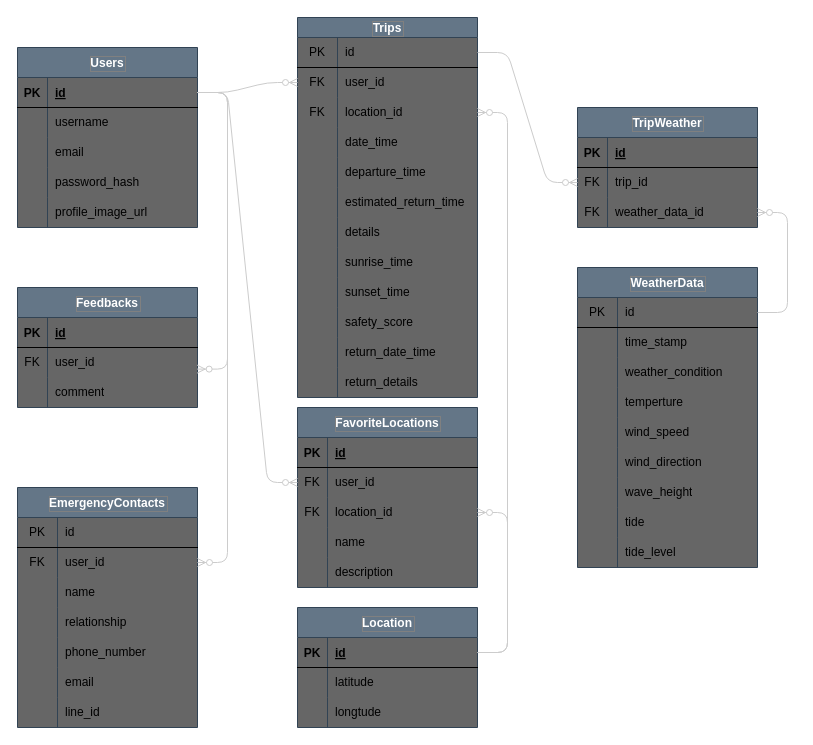
Above: 開発設計書/DB/ER.drawio in ragna1123/safety_kayak_fishing_documents (draw.io), before the change. Source tidied: cells renumbered, new cells numbered last; positions are measured from the earlier drawing's top-left corner, leaving out a move shared by most shapes. Both pictures are drawn from the tidied source at 100%, with x=0, y=0 at pixel (17, 17).
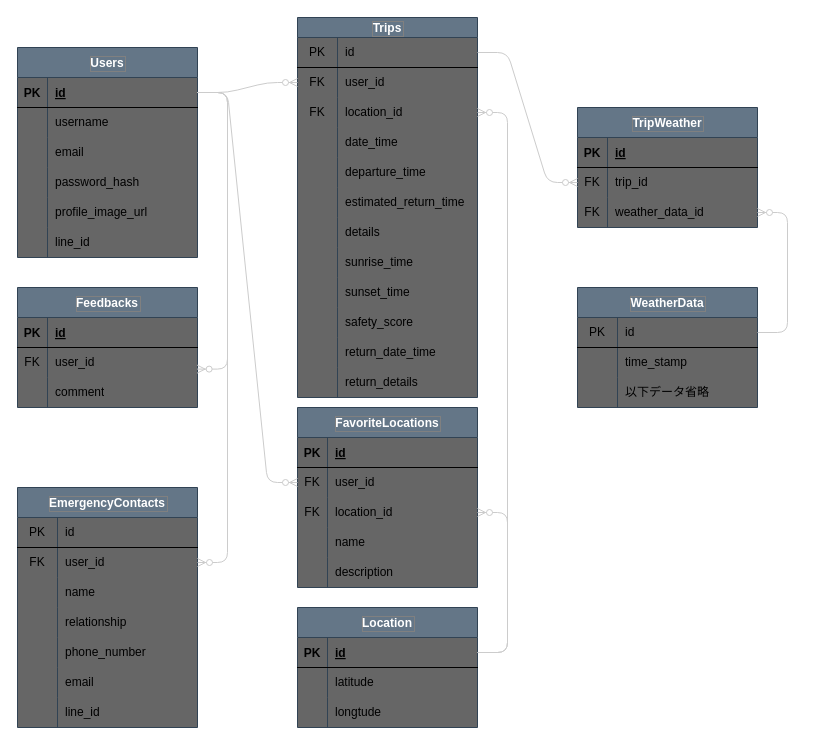
Above is the later version.

The change refers to these unchanged cells:
```xml
<mxCell id="108" style="shape=tableRow;horizontal=0;startSize=0;swimlaneHead=0;swimlaneBody=0;top=0;left=0;bottom=0;right=0;fillColor=none;" parent="101" vertex="1">
  <mxGeometry y="90" width="180" height="30" as="geometry" />
</mxCell>
```

The edit, as a diff of the source:
```diff
@@
     <mxCell id="61" value="Users" style="shape=table;startSize=30;childLayout=tableLayout;rowLines=0;fontStyle=1;align=center;labelBackgroundColor=none;fillColor=#647687;strokeColor=#314354;fontColor=#FFFFFF;swimlaneFillColor=#666666;labelBorderColor=#808080;" parent="1" vertex="1">
-      <mxGeometry y="30" width="180" height="180" as="geometry" />
+      <mxGeometry y="30" width="180" height="210" as="geometry" />
     </mxCell>
@@
+    <mxCell id="117" style="shape=tableRow;horizontal=0;startSize=0;swimlaneHead=0;swimlaneBody=0;top=0;left=0;bottom=0;right=0;fillColor=none;" parent="61" vertex="1">
+      <mxGeometry y="180" width="180" height="30" as="geometry" />
+    </mxCell>
+    <mxCell id="159" style="shape=partialRectangle;html=1;whiteSpace=wrap;fillColor=none;top=0;left=0;bottom=0;right=0;overflow=hidden;" parent="117" vertex="1">
+      <mxGeometry width="30" height="30" as="geometry" />
+    </mxCell>
+    <mxCell id="160" value="line_id" style="shape=partialRectangle;html=1;whiteSpace=wrap;fillColor=none;top=0;left=0;bottom=0;right=0;align=left;spacingLeft=6;overflow=hidden;" parent="117" vertex="1">
+      <mxGeometry x="30" width="150" height="30" as="geometry" />
+    </mxCell>
@@
     <mxCell id="101" value="WeatherData" style="shape=table;startSize=30;childLayout=tableLayout;rowLines=0;fontStyle=1;labelBackgroundColor=none;fillColor=#647687;strokeColor=#314354;fontColor=#FFFFFF;swimlaneFillColor=#666666;labelBorderColor=#808080;" parent="1" vertex="1">
-      <mxGeometry x="560" y="250" width="180" height="300" as="geometry" />
+      <mxGeometry x="560" y="270" width="180" height="120" as="geometry" />
     </mxCell>
@@
-    <mxCell id="110" value="weather_condition" style="shape=partialRectangle;html=1;whiteSpace=wrap;fillColor=none;top=0;left=0;bottom=0;right=0;align=left;spacingLeft=6;overflow=hidden;" parent="108" vertex="1">
+    <mxCell id="110" value="以下データ省略" style="shape=partialRectangle;html=1;whiteSpace=wrap;fillColor=none;top=0;left=0;bottom=0;right=0;align=left;spacingLeft=6;overflow=hidden;" parent="108" vertex="1">
       <mxGeometry x="40" width="140" height="30" as="geometry" />
     </mxCell>
-    <mxCell id="111" style="shape=tableRow;horizontal=0;startSize=0;swimlaneHead=0;swimlaneBody=0;top=0;left=0;bottom=0;right=0;fillColor=none;" parent="101" vertex="1">
-      <mxGeometry y="120" width="180" height="30" as="geometry" />
-    </mxCell>
-    <mxCell id="112" style="shape=partialRectangle;html=1;whiteSpace=wrap;fillColor=none;top=0;left=0;bottom=0;right=0;overflow=hidden;" parent="111" vertex="1">
-      <mxGeometry width="40" height="30" as="geometry" />
-    </mxCell>
-    <mxCell id="113" value="temperture" style="shape=partialRectangle;html=1;whiteSpace=wrap;fillColor=none;top=0;left=0;bottom=0;right=0;align=left;spacingLeft=6;overflow=hidden;" parent="111" vertex="1">
-      <mxGeometry x="40" width="140" height="30" as="geometry" />
-    </mxCell>
-    <mxCell id="114" style="shape=tableRow;horizontal=0;startSize=0;swimlaneHead=0;swimlaneBody=0;top=0;left=0;bottom=0;right=0;fillColor=none;" parent="101" vertex="1">
-      <mxGeometry y="150" width="180" height="30" as="geometry" />
-    </mxCell>
-    <mxCell id="115" style="shape=partialRectangle;html=1;whiteSpace=wrap;fillColor=none;top=0;left=0;bottom=0;right=0;overflow=hidden;" parent="114" vertex="1">
-      <mxGeometry width="40" height="30" as="geometry" />
-    </mxCell>
-    <mxCell id="116" value="wind_speed" style="shape=partialRectangle;html=1;whiteSpace=wrap;fillColor=none;top=0;left=0;bottom=0;right=0;align=left;spacingLeft=6;overflow=hidden;" parent="114" vertex="1">
-      <mxGeometry x="40" width="140" height="30" as="geometry" />
-    </mxCell>
-    <mxCell id="117" style="shape=tableRow;horizontal=0;startSize=0;swimlaneHead=0;swimlaneBody=0;top=0;left=0;bottom=0;right=0;fillColor=none;" parent="101" vertex="1">
-      <mxGeometry y="180" width="180" height="30" as="geometry" />
-    </mxCell>
-    <mxCell id="118" style="shape=partialRectangle;html=1;whiteSpace=wrap;fillColor=none;top=0;left=0;bottom=0;right=0;overflow=hidden;" parent="117" vertex="1">
-      <mxGeometry width="40" height="30" as="geometry" />
-    </mxCell>
-    <mxCell id="119" value="wind_direction" style="shape=partialRectangle;html=1;whiteSpace=wrap;fillColor=none;top=0;left=0;bottom=0;right=0;align=left;spacingLeft=6;overflow=hidden;" parent="117" vertex="1">
-      <mxGeometry x="40" width="140" height="30" as="geometry" />
-    </mxCell>
-    <mxCell id="120" style="shape=tableRow;horizontal=0;startSize=0;swimlaneHead=0;swimlaneBody=0;top=0;left=0;bottom=0;right=0;fillColor=none;" parent="101" vertex="1">
-      <mxGeometry y="210" width="180" height="30" as="geometry" />
-    </mxCell>
-    <mxCell id="121" style="shape=partialRectangle;html=1;whiteSpace=wrap;fillColor=none;top=0;left=0;bottom=0;right=0;overflow=hidden;" parent="120" vertex="1">
-      <mxGeometry width="40" height="30" as="geometry" />
-    </mxCell>
-    <mxCell id="122" value="wave_height" style="shape=partialRectangle;html=1;whiteSpace=wrap;fillColor=none;top=0;left=0;bottom=0;right=0;align=left;spacingLeft=6;overflow=hidden;" parent="120" vertex="1">
-      <mxGeometry x="40" width="140" height="30" as="geometry" />
-    </mxCell>
-    <mxCell id="123" style="shape=tableRow;horizontal=0;startSize=0;swimlaneHead=0;swimlaneBody=0;top=0;left=0;bottom=0;right=0;fillColor=none;" parent="101" vertex="1">
-      <mxGeometry y="240" width="180" height="30" as="geometry" />
-    </mxCell>
-    <mxCell id="124" style="shape=partialRectangle;html=1;whiteSpace=wrap;fillColor=none;top=0;left=0;bottom=0;right=0;overflow=hidden;" parent="123" vertex="1">
-      <mxGeometry width="40" height="30" as="geometry" />
-    </mxCell>
-    <mxCell id="125" value="tide" style="shape=partialRectangle;html=1;whiteSpace=wrap;fillColor=none;top=0;left=0;bottom=0;right=0;align=left;spacingLeft=6;overflow=hidden;" parent="123" vertex="1">
-      <mxGeometry x="40" width="140" height="30" as="geometry" />
-    </mxCell>
-    <mxCell id="126" style="shape=tableRow;horizontal=0;startSize=0;swimlaneHead=0;swimlaneBody=0;top=0;left=0;bottom=0;right=0;fillColor=none;" parent="101" vertex="1">
-      <mxGeometry y="270" width="180" height="30" as="geometry" />
-    </mxCell>
-    <mxCell id="127" style="shape=partialRectangle;html=1;whiteSpace=wrap;fillColor=none;top=0;left=0;bottom=0;right=0;overflow=hidden;" parent="126" vertex="1">
-      <mxGeometry width="40" height="30" as="geometry" />
-    </mxCell>
-    <mxCell id="128" value="tide_level" style="shape=partialRectangle;html=1;whiteSpace=wrap;fillColor=none;top=0;left=0;bottom=0;right=0;align=left;spacingLeft=6;overflow=hidden;" parent="126" vertex="1">
-      <mxGeometry x="40" width="140" height="30" as="geometry" />
-    </mxCell>
```
